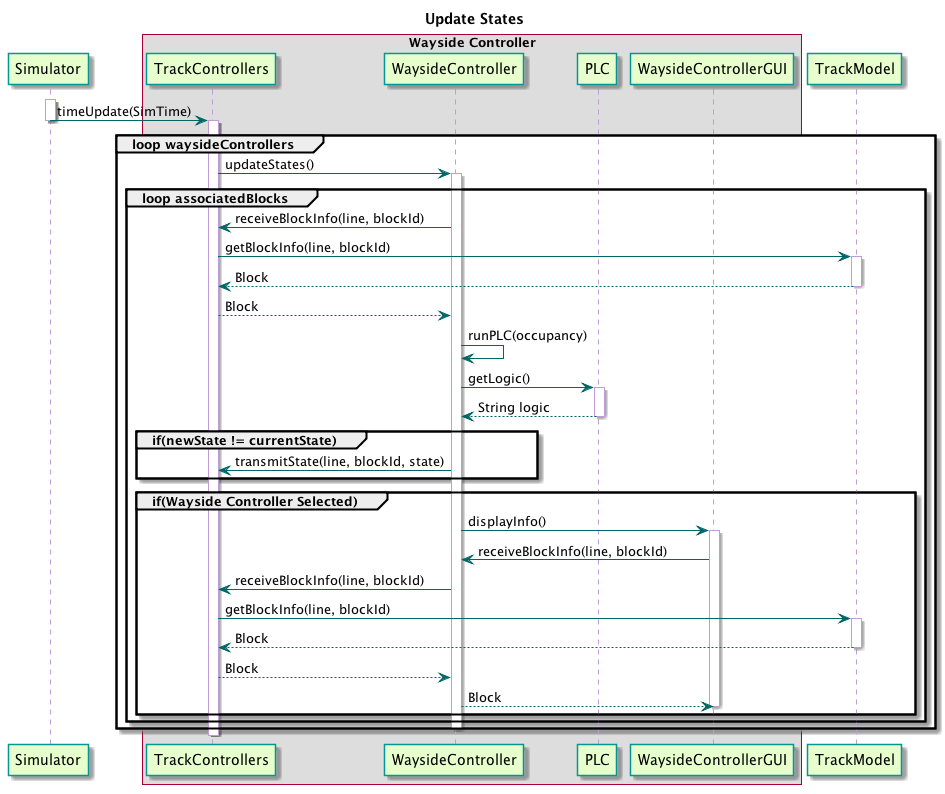
This is TrainSystem/yUML/Sequence Diagrams/TrackController/UpdateStates-TrackController.png from kevingilboy/COE1186, a PlantUML export, as it was before one commit. The source it was exported from:
```plantuml
@startuml

title Update States

skinparam sequence {
  BackgroundColor transparent
  ParticipantBackgroundColor #e6ffcc
  ParticipantBorderColor 	#049595
  PackageBorderCOlor  #049595
  ArrowColor #006666
  LifeLineBorderColor #c09cd9
}

participant Simulator
box "Wayside Controller"
participant TrackControllers
participant WaysideController
participant PLC
participant WaysideControllerGUI
end box
participant TrackModel

activate Simulator
Simulator -> TrackControllers : timeUpdate(SimTime)
deactivate Simulator

group loop waysideControllers
	activate TrackControllers
	TrackControllers -> WaysideController : updateStates()

	group loop associatedBlocks
		activate WaysideController
		WaysideController -> TrackControllers : receiveBlockInfo(line, blockId)
		TrackControllers -> TrackModel : getBlockInfo(line, blockId)

		activate TrackModel
		TrackModel --> TrackControllers : Block
		deactivate TrackModel
		TrackControllers --> WaysideController : Block
		WaysideController -> WaysideController : runPLC(occupancy)
		WaysideController -> PLC : getLogic()

		activate PLC
		PLC --> WaysideController : String logic
		deactivate PLC

		group if(newState != currentState)
			WaysideController -> TrackControllers : transmitState(line, blockId, state)
		end

		group if(Wayside Controller Selected)
			WaysideController -> WaysideControllerGUI : displayInfo()

			activate WaysideControllerGUI
			WaysideControllerGUI -> WaysideController : receiveBlockInfo(line, blockId)
			WaysideController -> TrackControllers : receiveBlockInfo(line, blockId)
			TrackControllers -> TrackModel : getBlockInfo(line, blockId)

			activate TrackModel
			TrackModel --> TrackControllers : Block
			deactivate TrackModel
			TrackControllers --> WaysideController : Block
			WaysideController --> WaysideControllerGUI : Block
			deactivate WaysideControllerGUI
		end
	end
	deactivate WaysideController
end
deactivate TrackControllers

@enduml
```
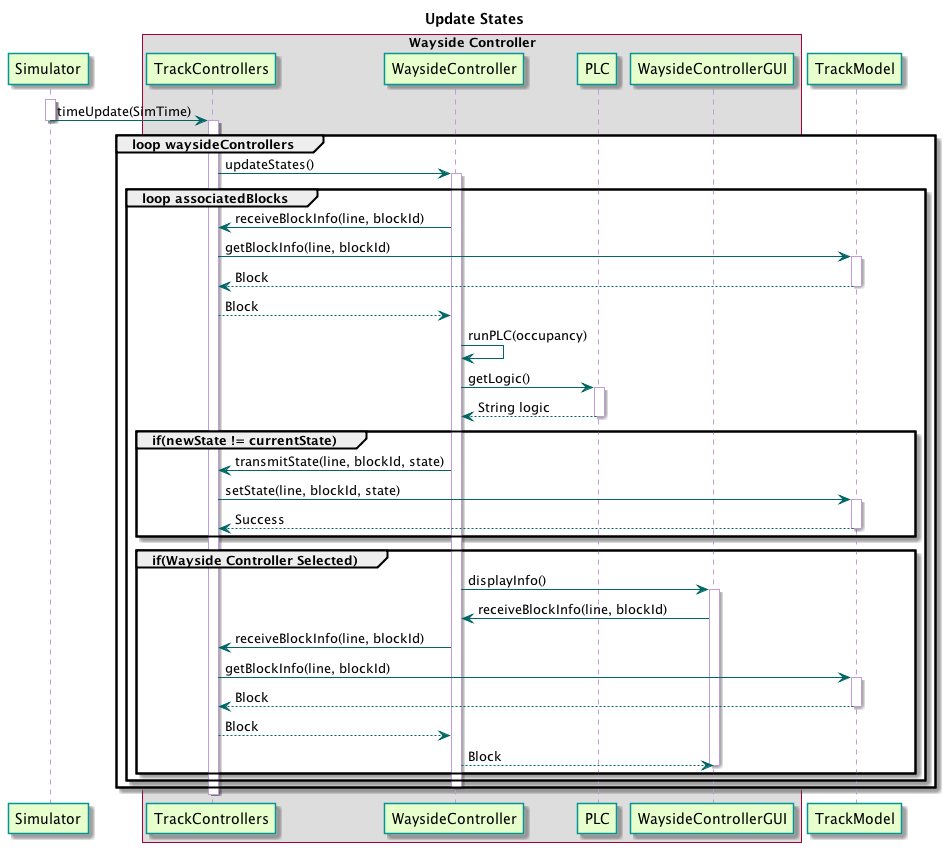
Above is the later version.

Commit message:
Fixed lack of transmitting new state in sequence diagram

What changed in the source:
```diff
@@ -46,6 +46,10 @@
 
 		group if(newState != currentState)
 			WaysideController -> TrackControllers : transmitState(line, blockId, state)
+			TrackControllers -> TrackModel : setState(line, blockId, state)
+			activate TrackModel
+			TrackModel --> TrackControllers : Success
+			deactivate TrackModel
 		end
 
 		group if(Wayside Controller Selected)
```
